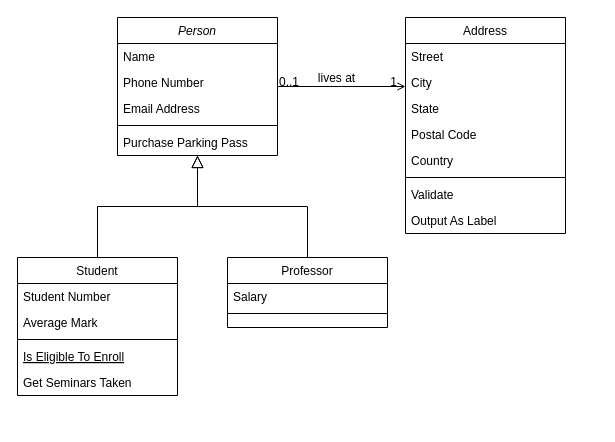
The draw.io diagram Class Diagram.drawio in JonatasFontele/Banco-de-Dados, before the edit. Source tidied: cells renumbered, new cells numbered last; positions are measured from the earlier drawing's top-left corner, leaving out a move shared by most shapes. Both pictures are drawn from the tidied source at 100%, with x=0, y=0 at pixel (17, 17).
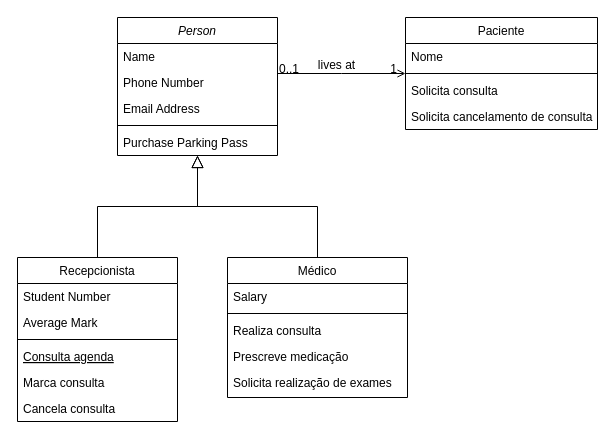
The same diagram, later.

The edit, as a diff of the source:
```diff
@@
-    <mxCell id="8" value="Student" style="swimlane;fontStyle=0;align=center;verticalAlign=top;horizontal=1;startSize=26;rounded=0;shadow=0;strokeWidth=1;" parent="1" vertex="1">
-      <mxGeometry y="240" width="160" height="138" as="geometry" />
+    <mxCell id="8" value="Recepcionista" style="swimlane;fontStyle=0;align=center;verticalAlign=top;horizontal=1;startSize=26;rounded=0;shadow=0;strokeWidth=1;" parent="1" vertex="1">
+      <mxGeometry y="240" width="160" height="164" as="geometry" />
     </mxCell>
@@
-    <mxCell id="12" value="Is Eligible To Enroll" style="text;align=left;verticalAlign=top;spacingLeft=4;spacingRight=4;overflow=hidden;fontStyle=4;" parent="8" vertex="1">
+    <mxCell id="12" value="Consulta agenda" style="text;align=left;verticalAlign=top;spacingLeft=4;spacingRight=4;overflow=hidden;fontStyle=4;" parent="8" vertex="1">
       <mxGeometry y="86" width="160" height="26" as="geometry" />
     </mxCell>
-    <mxCell id="13" value="Get Seminars Taken" style="text;align=left;verticalAlign=top;spacingLeft=4;spacingRight=4;overflow=hidden;" parent="8" vertex="1">
+    <mxCell id="13" value="Marca consulta" style="text;align=left;verticalAlign=top;spacingLeft=4;spacingRight=4;overflow=hidden;" parent="8" vertex="1">
       <mxGeometry y="112" width="160" height="26" as="geometry" />
     </mxCell>
+    <mxCell id="32" value="Cancela consulta" style="text;align=left;verticalAlign=top;spacingLeft=4;spacingRight=4;overflow=hidden;" parent="8" vertex="1">
+      <mxGeometry y="138" width="160" height="26" as="geometry" />
+    </mxCell>
@@
-    <mxCell id="15" value="Professor" style="swimlane;fontStyle=0;align=center;verticalAlign=top;horizontal=1;startSize=26;rounded=0;shadow=0;strokeWidth=1;" parent="1" vertex="1">
-      <mxGeometry x="210" y="240" width="160" height="70" as="geometry" />
+    <mxCell id="15" value="Médico" style="swimlane;fontStyle=0;align=center;verticalAlign=top;horizontal=1;startSize=26;rounded=0;shadow=0;strokeWidth=1;" parent="1" vertex="1">
+      <mxGeometry x="210" y="240" width="180" height="140" as="geometry" />
     </mxCell>
     <mxCell id="16" value="Salary" style="text;align=left;verticalAlign=top;spacingLeft=4;spacingRight=4;overflow=hidden;" parent="15" vertex="1">
-      <mxGeometry y="26" width="160" height="26" as="geometry" />
+      <mxGeometry y="26" width="180" height="26" as="geometry" />
     </mxCell>
     <mxCell id="17" style="line;html=1;strokeWidth=1;align=left;verticalAlign=middle;spacingTop=-1;spacingLeft=3;spacingRight=3;labelPosition=right;" parent="15" vertex="1">
-      <mxGeometry y="52" width="160" height="8" as="geometry" />
+      <mxGeometry y="52" width="180" height="8" as="geometry" />
     </mxCell>
+    <mxCell id="33" value="Realiza consulta" style="text;align=left;verticalAlign=top;spacingLeft=4;spacingRight=4;overflow=hidden;" parent="15" vertex="1">
+      <mxGeometry y="60" width="180" height="26" as="geometry" />
+    </mxCell>
+    <mxCell id="34" value="Prescreve medicação" style="text;align=left;verticalAlign=top;spacingLeft=4;spacingRight=4;overflow=hidden;" parent="15" vertex="1">
+      <mxGeometry y="86" width="180" height="26" as="geometry" />
+    </mxCell>
+    <mxCell id="35" value="Solicita realização de exames" style="text;align=left;verticalAlign=top;spacingLeft=4;spacingRight=4;overflow=hidden;" parent="15" vertex="1">
+      <mxGeometry y="112" width="180" height="26" as="geometry" />
+    </mxCell>
@@
-    <mxCell id="19" value="Address" style="swimlane;fontStyle=0;align=center;verticalAlign=top;horizontal=1;startSize=26;rounded=0;shadow=0;strokeWidth=1;" parent="1" vertex="1">
-      <mxGeometry x="388" width="160" height="216" as="geometry" />
+    <mxCell id="19" value="Paciente" style="swimlane;fontStyle=0;align=center;verticalAlign=top;horizontal=1;startSize=26;rounded=0;shadow=0;strokeWidth=1;" parent="1" vertex="1">
+      <mxGeometry x="388" width="192" height="112" as="geometry" />
     </mxCell>
-    <mxCell id="20" value="Street" style="text;align=left;verticalAlign=top;spacingLeft=4;spacingRight=4;overflow=hidden;" parent="19" vertex="1">
-      <mxGeometry y="26" width="160" height="26" as="geometry" />
+    <mxCell id="20" value="Nome" style="text;align=left;verticalAlign=top;spacingLeft=4;spacingRight=4;overflow=hidden;" parent="19" vertex="1">
+      <mxGeometry y="26" width="192" height="26" as="geometry" />
     </mxCell>
-    <mxCell id="21" value="City" style="text;align=left;verticalAlign=top;spacingLeft=4;spacingRight=4;overflow=hidden;rounded=0;shadow=0;html=0;" parent="19" vertex="1">
-      <mxGeometry y="52" width="160" height="26" as="geometry" />
-    </mxCell>
-    <mxCell id="22" value="State" style="text;align=left;verticalAlign=top;spacingLeft=4;spacingRight=4;overflow=hidden;rounded=0;shadow=0;html=0;" parent="19" vertex="1">
-      <mxGeometry y="78" width="160" height="26" as="geometry" />
-    </mxCell>
-    <mxCell id="23" value="Postal Code" style="text;align=left;verticalAlign=top;spacingLeft=4;spacingRight=4;overflow=hidden;rounded=0;shadow=0;html=0;" parent="19" vertex="1">
-      <mxGeometry y="104" width="160" height="26" as="geometry" />
-    </mxCell>
-    <mxCell id="24" value="Country" style="text;align=left;verticalAlign=top;spacingLeft=4;spacingRight=4;overflow=hidden;rounded=0;shadow=0;html=0;" parent="19" vertex="1">
-      <mxGeometry y="130" width="160" height="26" as="geometry" />
-    </mxCell>
     <mxCell id="25" style="line;html=1;strokeWidth=1;align=left;verticalAlign=middle;spacingTop=-1;spacingLeft=3;spacingRight=3;labelPosition=right;" parent="19" vertex="1">
-      <mxGeometry y="156" width="160" height="8" as="geometry" />
+      <mxGeometry y="52" width="192" height="8" as="geometry" />
     </mxCell>
-    <mxCell id="26" value="Validate" style="text;align=left;verticalAlign=top;spacingLeft=4;spacingRight=4;overflow=hidden;" parent="19" vertex="1">
-      <mxGeometry y="164" width="160" height="26" as="geometry" />
+    <mxCell id="26" value="Solicita consulta" style="text;align=left;verticalAlign=top;spacingLeft=4;spacingRight=4;overflow=hidden;" parent="19" vertex="1">
+      <mxGeometry y="60" width="192" height="26" as="geometry" />
     </mxCell>
-    <mxCell id="27" value="Output As Label" style="text;align=left;verticalAlign=top;spacingLeft=4;spacingRight=4;overflow=hidden;" parent="19" vertex="1">
-      <mxGeometry y="190" width="160" height="26" as="geometry" />
+    <mxCell id="27" value="Solicita cancelamento de consulta" style="text;align=left;verticalAlign=top;spacingLeft=4;spacingRight=4;overflow=hidden;" parent="19" vertex="1">
+      <mxGeometry y="86" width="192" height="26" as="geometry" />
     </mxCell>
```
